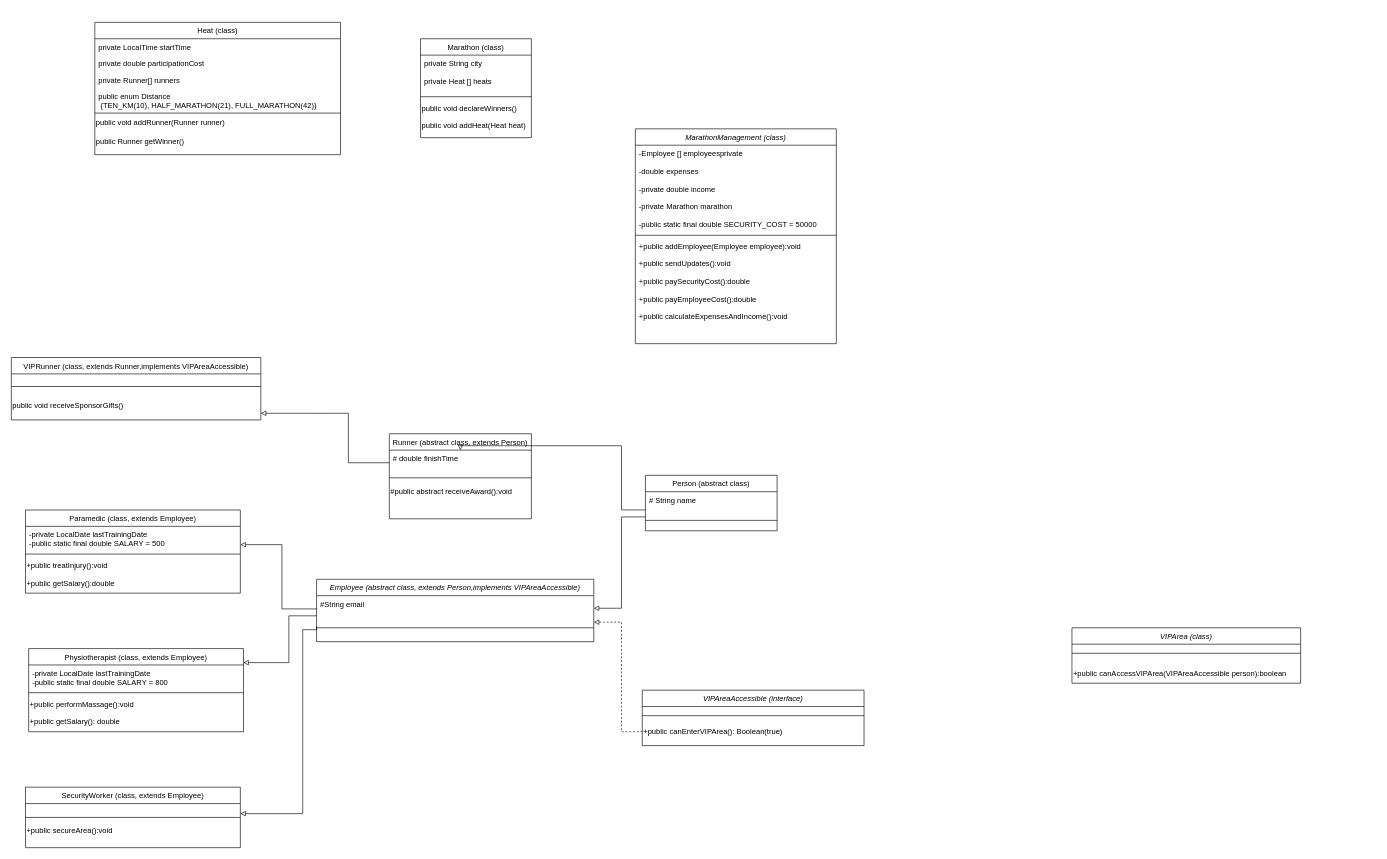
ZoharVardi/ZoharVardi-Object-Oriented-Project---MarketPlace keeps this draw.io diagram as Untitled Diagram.drawio. Above is the earlier version. Source tidied: cells renumbered, new cells numbered last; positions are measured from the earlier drawing's top-left corner, leaving out a move shared by most shapes. Both pictures are drawn from the tidied source at 63%, with x=0, y=0 at pixel (11, 22).
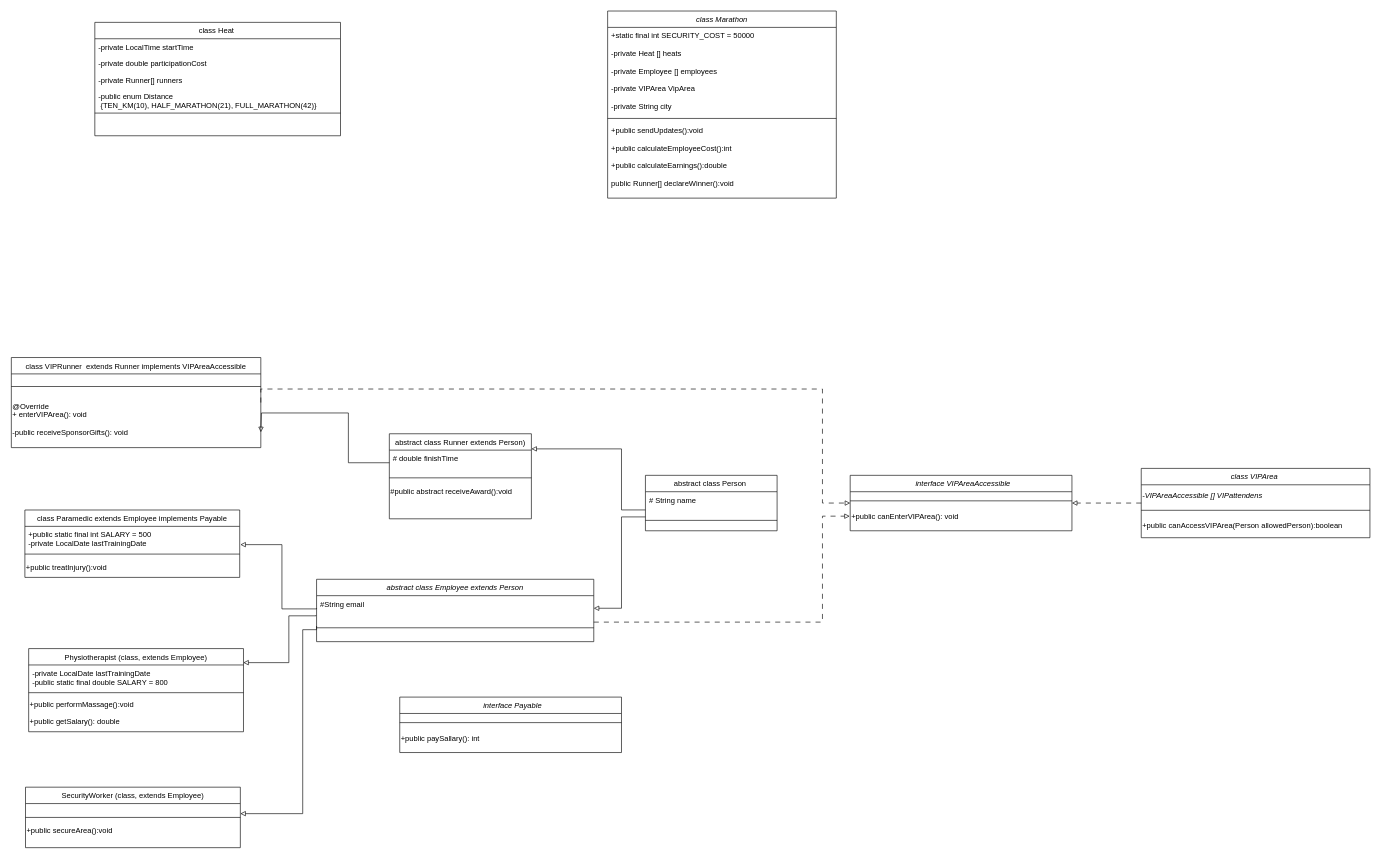
The same page after the edit.

Unchanged cells that the change refers to:
```xml
<mxCell id="11" value="# double finishTime" style="text;align=left;verticalAlign=top;spacingLeft=4;spacingRight=4;overflow=hidden;points=[[0,0.5],[1,0.5]];portConstraint=eastwest;" parent="10" vertex="1">
  <mxGeometry y="26" width="225.5" height="40" as="geometry" />
</mxCell>
```

Change to the diagram source:
```diff
@@
-    <mxCell id="2" value="MarathonManagement (class)" style="swimlane;fontStyle=2;align=center;verticalAlign=top;horizontal=1;startSize=26;rounded=0;shadow=0;strokeWidth=1;" parent="1" vertex="1">
-      <mxGeometry x="991" y="169" width="319" height="341" as="geometry" />
+    <mxCell id="2" value="class Marathon" style="swimlane;fontStyle=2;align=center;verticalAlign=top;horizontal=1;startSize=26;rounded=0;shadow=0;strokeWidth=1;" parent="1" vertex="1">
+      <mxGeometry x="947" y="-18" width="363" height="297" as="geometry" />
     </mxCell>
-    <mxCell id="3" value="-Employee [] employeesprivate&#10;&#10;-double expenses&#10;&#10;-private double income&#10;&#10;-private Marathon marathon&#10;&#10;-public static final double SECURITY_COST = 50000&#10; " style="text;align=left;verticalAlign=top;spacingLeft=4;spacingRight=4;overflow=hidden;" parent="2" vertex="1">
-      <mxGeometry y="26" width="319" height="139" as="geometry" />
+    <mxCell id="3" value="+static final int SECURITY_COST = 50000&#10;&#10;-private Heat [] heats&#10;&#10;-private Employee [] employees&#10;&#10;-private VIPArea VipArea&#10;&#10;-private String city&#10; " style="text;align=left;verticalAlign=top;spacingLeft=4;spacingRight=4;overflow=hidden;" parent="2" vertex="1">
+      <mxGeometry y="26" width="363" height="139" as="geometry" />
     </mxCell>
     <mxCell id="4" style="line;html=1;strokeWidth=1;align=left;verticalAlign=middle;spacingTop=-1;spacingLeft=3;spacingRight=3;labelPosition=right;" parent="2" vertex="1">
-      <mxGeometry y="165" width="319" height="8" as="geometry" />
+      <mxGeometry y="165" width="363" height="11" as="geometry" />
     </mxCell>
-    <mxCell id="5" value="+public addEmployee(Employee employee):void &#10;&#10;+public sendUpdates():void&#10;&#10;+public paySecurityCost():double &#10;&#10;+public payEmployeeCost():double &#10;&#10;+public calculateExpensesAndIncome():void" style="text;align=left;verticalAlign=top;spacingLeft=4;spacingRight=4;overflow=hidden;rounded=0;shadow=0;html=0;" parent="2" vertex="1">
-      <mxGeometry y="173" width="319" height="146" as="geometry" />
+    <mxCell id="5" value="+public sendUpdates():void&#10;&#10;+public calculateEmployeeCost():int&#10;&#10;+public calculateEarnings():double&#10;&#10;public Runner[] declareWinner():void&#10;" style="text;align=left;verticalAlign=top;spacingLeft=4;spacingRight=4;overflow=hidden;rounded=0;shadow=0;html=0;" parent="2" vertex="1">
+      <mxGeometry y="176" width="363" height="121" as="geometry" />
     </mxCell>
-    <mxCell id="6" value="Marathon (class)" style="swimlane;fontStyle=0;align=center;verticalAlign=top;horizontal=1;startSize=26;rounded=0;shadow=0;strokeWidth=1;" parent="1" vertex="1">
-      <mxGeometry x="650" y="26" width="176" height="157" as="geometry" />
-    </mxCell>
-    <mxCell id="7" value="private String city&#10;&#10;private Heat [] heats" style="text;align=left;verticalAlign=top;spacingLeft=4;spacingRight=4;overflow=hidden;" parent="6" vertex="1">
-      <mxGeometry y="26" width="176" height="62" as="geometry" />
-    </mxCell>
-    <mxCell id="8" style="line;html=1;strokeWidth=1;align=left;verticalAlign=middle;spacingTop=-1;spacingLeft=3;spacingRight=3;labelPosition=right;" parent="6" vertex="1">
-      <mxGeometry y="88" width="176" height="8" as="geometry" />
-    </mxCell>
-    <mxCell id="9" value="public void declareWinners()&#10;&#10;public void addHeat(Heat heat)" style="text;align=left;verticalAlign=middle;strokeColor=none;fillColor=none;" parent="6" vertex="1">
-      <mxGeometry y="96" width="176" height="55" as="geometry" />
-    </mxCell>
-    <mxCell id="10" value="Runner (abstract class, extends Person)" style="swimlane;fontStyle=0;align=center;verticalAlign=top;horizontal=1;startSize=26;rounded=0;shadow=0;strokeWidth=1;" parent="1" vertex="1">
+    <mxCell id="10" value="abstract class Runner extends Person)" style="swimlane;fontStyle=0;align=center;verticalAlign=top;horizontal=1;startSize=26;rounded=0;shadow=0;strokeWidth=1;" parent="1" vertex="1">
       <mxGeometry x="600.5" y="653" width="225.5" height="135" as="geometry" />
     </mxCell>
@@
-    <mxCell id="14" value="Heat (class)" style="swimlane;fontStyle=0;align=center;verticalAlign=top;horizontal=1;startSize=26;rounded=0;shadow=0;strokeWidth=1;" parent="1" vertex="1">
-      <mxGeometry x="133" width="390" height="210" as="geometry" />
+    <mxCell id="14" value="class Heat " style="swimlane;fontStyle=0;align=center;verticalAlign=top;horizontal=1;startSize=26;rounded=0;shadow=0;strokeWidth=1;" parent="1" vertex="1">
+      <mxGeometry x="133" width="390" height="180" as="geometry" />
     </mxCell>
-    <mxCell id="15" value="private LocalTime startTime" style="text;align=left;verticalAlign=top;spacingLeft=4;spacingRight=4;overflow=hidden;" parent="14" vertex="1">
+    <mxCell id="15" value="-private LocalTime startTime" style="text;align=left;verticalAlign=top;spacingLeft=4;spacingRight=4;overflow=hidden;" parent="14" vertex="1">
       <mxGeometry y="26" width="390" height="26" as="geometry" />
     </mxCell>
-    <mxCell id="16" value="private double participationCost&#10;" style="text;align=left;verticalAlign=top;spacingLeft=4;spacingRight=4;overflow=hidden;rounded=0;shadow=0;html=0;" parent="14" vertex="1">
+    <mxCell id="16" value="-private double participationCost&#10;" style="text;align=left;verticalAlign=top;spacingLeft=4;spacingRight=4;overflow=hidden;rounded=0;shadow=0;html=0;" parent="14" vertex="1">
       <mxGeometry y="52" width="390" height="26" as="geometry" />
     </mxCell>
-    <mxCell id="17" value="private Runner[] runners&#10;" style="text;align=left;verticalAlign=top;spacingLeft=4;spacingRight=4;overflow=hidden;rounded=0;shadow=0;html=0;" parent="14" vertex="1">
+    <mxCell id="17" value="-private Runner[] runners&#10;" style="text;align=left;verticalAlign=top;spacingLeft=4;spacingRight=4;overflow=hidden;rounded=0;shadow=0;html=0;" parent="14" vertex="1">
       <mxGeometry y="78" width="390" height="26" as="geometry" />
     </mxCell>
-    <mxCell id="18" value="public enum Distance&#10; {TEN_KM(10), HALF_MARATHON(21), FULL_MARATHON(42)}&#10;&#10;" style="text;align=left;verticalAlign=top;spacingLeft=4;spacingRight=4;overflow=hidden;rounded=0;shadow=0;html=0;" parent="14" vertex="1">
+    <mxCell id="18" value="-public enum Distance&#10; {TEN_KM(10), HALF_MARATHON(21), FULL_MARATHON(42)}&#10;&#10;" style="text;align=left;verticalAlign=top;spacingLeft=4;spacingRight=4;overflow=hidden;rounded=0;shadow=0;html=0;" parent="14" vertex="1">
       <mxGeometry y="104" width="390" height="36" as="geometry" />
     </mxCell>
@@
-    <mxCell id="20" value="public void addRunner(Runner runner)&lt;div&gt;&lt;br&gt;&lt;div&gt;public Runner getWinner()&lt;br&gt;&lt;/div&gt;&lt;/div&gt;" style="text;html=1;align=left;verticalAlign=middle;whiteSpace=wrap;rounded=0;" parent="14" vertex="1">
-      <mxGeometry y="148" width="390" height="52" as="geometry" />
-    </mxCell>
@@
-    <mxCell id="22" value="VIPRunner (class, extends Runner,implements VIPAreaAccessible)&#10;&#10;&#10;&#10;" style="swimlane;fontStyle=0;align=center;verticalAlign=top;horizontal=1;startSize=26;rounded=0;shadow=0;strokeWidth=1;" parent="1" vertex="1">
-      <mxGeometry x="0.5" y="532" width="396" height="99" as="geometry" />
+    <mxCell id="22" value="class VIPRunner  extends Runner implements VIPAreaAccessible&#10;" style="swimlane;fontStyle=0;align=center;verticalAlign=top;horizontal=1;startSize=26;rounded=0;shadow=0;strokeWidth=1;" parent="1" vertex="1">
+      <mxGeometry x="0.5" y="532" width="396" height="143" as="geometry" />
     </mxCell>
@@
-    <mxCell id="24" value="public void receiveSponsorGifts()&#10;" style="text;align=left;verticalAlign=middle;points=[];strokeColor=none;fillColor=none;" parent="22" vertex="1">
-      <mxGeometry y="66" width="396" height="33" as="geometry" />
+    <mxCell id="24" value="@Override&#10;+ enterVIPArea(): void&#10;&#10;-public receiveSponsorGifts(): void&#10;" style="text;align=left;verticalAlign=middle;points=[];strokeColor=none;fillColor=none;" parent="22" vertex="1">
+      <mxGeometry y="66" width="396" height="77" as="geometry" />
     </mxCell>
-    <mxCell id="25" value="Employee (abstract class, extends Person,implements VIPAreaAccessible)" style="swimlane;fontStyle=2;align=center;verticalAlign=top;horizontal=1;startSize=26;rounded=0;shadow=0;strokeWidth=1;" parent="1" vertex="1">
+    <mxCell id="25" value="abstract class Employee extends Person" style="swimlane;fontStyle=2;align=center;verticalAlign=top;horizontal=1;startSize=26;rounded=0;shadow=0;strokeWidth=1;" parent="1" vertex="1">
       <mxGeometry x="485" y="884" width="440" height="99" as="geometry" />
     </mxCell>
@@
-    <mxCell id="28" value="Paramedic (class, extends Employee)" style="swimlane;fontStyle=0;align=center;verticalAlign=top;horizontal=1;startSize=26;rounded=0;shadow=0;strokeWidth=1;" parent="1" vertex="1">
-      <mxGeometry x="23" y="774" width="341" height="132" as="geometry" />
+    <mxCell id="28" value=" class Paramedic extends Employee implements Payable " style="swimlane;fontStyle=0;align=center;verticalAlign=top;horizontal=1;startSize=26;rounded=0;shadow=0;strokeWidth=1;" parent="1" vertex="1">
+      <mxGeometry x="22" y="774" width="341" height="107" as="geometry" />
     </mxCell>
-    <mxCell id="29" value="-private LocalDate lastTrainingDate&#10;-public static final double SALARY = 500&#10;" style="text;align=left;verticalAlign=top;spacingLeft=4;spacingRight=4;overflow=hidden;" parent="28" vertex="1">
+    <mxCell id="29" value="+public static final int SALARY = 500&#10;-private LocalDate lastTrainingDate&#10;" style="text;align=left;verticalAlign=top;spacingLeft=4;spacingRight=4;overflow=hidden;" parent="28" vertex="1">
       <mxGeometry y="26" width="341" height="40" as="geometry" />
     </mxCell>
@@
-    <mxCell id="31" value="+public treatInjury():void&#10;&#10;+public getSalary():double" style="text;align=left;verticalAlign=middle;strokeColor=none;fillColor=none;" parent="28" vertex="1">
-      <mxGeometry y="74" width="341" height="55" as="geometry" />
+    <mxCell id="31" value="+public treatInjury():void" style="text;align=left;verticalAlign=middle;strokeColor=none;fillColor=none;" parent="28" vertex="1">
+      <mxGeometry y="74" width="341" height="33" as="geometry" />
     </mxCell>
@@
+    <mxCell id="56" style="edgeStyle=orthogonalEdgeStyle;rounded=0;jettySize=auto;html=1;exitX=0;exitY=0.5;exitDx=0;exitDy=0;entryX=1;entryY=0.5;entryDx=0;entryDy=0;dashed=1;dashPattern=8 8;endArrow=block;endFill=0;" parent="1" edge="1" source="40" target="43">
+      <mxGeometry relative="1" as="geometry" />
+    </mxCell>
-    <mxCell id="40" value="VIPArea (class)" style="swimlane;fontStyle=2;align=center;verticalAlign=top;horizontal=1;startSize=26;rounded=0;shadow=0;strokeWidth=1;" parent="1" vertex="1">
-      <mxGeometry x="1684" y="961" width="363" height="88" as="geometry" />
+    <mxCell id="40" value="class VIPArea " style="swimlane;fontStyle=2;align=center;verticalAlign=top;horizontal=1;startSize=26;rounded=0;shadow=0;strokeWidth=1;" parent="1" vertex="1">
+      <mxGeometry x="1794" y="708" width="363" height="110" as="geometry" />
     </mxCell>
+    <mxCell id="57" value="&lt;span style=&quot;font-style: italic;&quot;&gt;-VIPAreaAccessible [] VIPattendens&amp;nbsp;&lt;/span&gt;" style="text;html=1;align=left;verticalAlign=middle;strokeColor=none;fillColor=none;" parent="40" vertex="1">
+      <mxGeometry y="26" width="363" height="33" as="geometry" />
+    </mxCell>
     <mxCell id="41" style="line;html=1;strokeWidth=1;align=left;verticalAlign=middle;spacingTop=-1;spacingLeft=3;spacingRight=3;labelPosition=right;" parent="40" vertex="1">
-      <mxGeometry y="26" width="363" height="29" as="geometry" />
+      <mxGeometry y="59" width="363" height="15" as="geometry" />
     </mxCell>
-    <mxCell id="42" value="+public canAccessVIPArea(VIPAreaAccessible person):boolean " style="text;align=left;verticalAlign=middle;strokeColor=none;fillColor=none;" parent="40" vertex="1">
-      <mxGeometry y="55" width="363" height="33" as="geometry" />
+    <mxCell id="42" value="+public canAccessVIPArea(Person allowedPerson):boolean " style="text;align=left;verticalAlign=middle;strokeColor=none;fillColor=none;" parent="40" vertex="1">
+      <mxGeometry y="74" width="363" height="33" as="geometry" />
     </mxCell>
+    <mxCell id="58" style="edgeStyle=orthogonalEdgeStyle;rounded=0;jettySize=auto;html=1;dashed=1;dashPattern=8 8;endArrow=block;endFill=0;exitX=1;exitY=0.5;exitDx=0;exitDy=0;" parent="1" edge="1" source="22" target="43">
+      <mxGeometry relative="1" as="geometry">
+        <Array as="points">
+          <mxPoint x="1288" y="582" />
+          <mxPoint x="1288" y="763" />
+        </Array>
+      </mxGeometry>
+    </mxCell>
-    <mxCell id="43" value="VIPAreaAccessible (interface)" style="swimlane;fontStyle=2;align=center;verticalAlign=top;horizontal=1;startSize=26;rounded=0;shadow=0;strokeWidth=1;" parent="1" vertex="1">
-      <mxGeometry x="1002" y="1060" width="352" height="88" as="geometry" />
+    <mxCell id="43" value="  interface VIPAreaAccessible" style="swimlane;fontStyle=2;align=center;verticalAlign=top;horizontal=1;startSize=26;rounded=0;shadow=0;strokeWidth=1;" parent="1" vertex="1">
+      <mxGeometry x="1332" y="719" width="352" height="88" as="geometry" />
     </mxCell>
@@
-    <mxCell id="45" value="+public canEnterVIPArea(): Boolean(true)&#10;" style="text;align=left;verticalAlign=middle;points=[];strokeColor=none;fillColor=none;" parent="43" vertex="1">
+    <mxCell id="45" value="+public canEnterVIPArea(): void&#10;" style="text;align=left;verticalAlign=middle;points=[];strokeColor=none;fillColor=none;" parent="43" vertex="1">
       <mxGeometry y="55" width="352" height="33" as="geometry" />
     </mxCell>
-    <mxCell id="46" value="Person (abstract class)" style="swimlane;fontStyle=0;align=center;verticalAlign=top;horizontal=1;startSize=26;rounded=0;shadow=0;strokeWidth=1;" parent="1" vertex="1">
+    <mxCell id="46" value="abstract class Person " style="swimlane;fontStyle=0;align=center;verticalAlign=top;horizontal=1;startSize=26;rounded=0;shadow=0;strokeWidth=1;" parent="1" vertex="1">
       <mxGeometry x="1007" y="719" width="209" height="88" as="geometry" />
     </mxCell>
@@
-    <mxCell id="52" style="edgeStyle=orthogonalEdgeStyle;rounded=0;jettySize=auto;html=1;exitX=0;exitY=0.5;exitDx=0;exitDy=0;endArrow=block;endFill=0;" parent="1" edge="1" target="11">
+    <mxCell id="52" style="edgeStyle=orthogonalEdgeStyle;rounded=0;orthogonalLoop=1;jettySize=auto;html=1;exitX=0;exitY=0.5;exitDx=0;exitDy=0;endArrow=block;endFill=0;" parent="1" edge="1">
       <mxGeometry relative="1" as="geometry">
         <mxPoint x="1007" y="773.9" as="sourcePoint" />
+        <mxPoint x="826" y="677" as="targetPoint" />
         <Array as="points">
           <mxPoint x="969" y="774" />
-          <mxPoint x="969" y="672" />
+          <mxPoint x="969" y="677" />
         </Array>
       </mxGeometry>
     </mxCell>
@@
-    <mxCell id="54" style="edgeStyle=orthogonalEdgeStyle;rounded=0;jettySize=auto;html=1;endArrow=block;endFill=0;entryX=1;entryY=0.5;entryDx=0;entryDy=0;exitX=-0.002;exitY=0.298;exitDx=0;exitDy=0;exitPerimeter=0;dashed=1;" parent="1" edge="1" source="45">
+    <mxCell id="54" style="edgeStyle=orthogonalEdgeStyle;rounded=0;jettySize=auto;html=1;endArrow=block;endFill=0;entryX=-0.002;entryY=0.298;entryDx=0;entryDy=0;exitX=-0.002;exitY=0.298;exitDx=0;exitDy=0;exitPerimeter=0;dashed=1;dashPattern=8 8;entryPerimeter=0;" parent="1" edge="1" target="45">
       <mxGeometry relative="1" as="geometry">
-        <mxPoint x="925" y="952" as="targetPoint" />
+        <mxPoint x="925" y="952" as="sourcePoint" />
         <Array as="points">
-          <mxPoint x="1001" y="1126" />
-          <mxPoint x="969" y="1126" />
-          <mxPoint x="969" y="952" />
+          <mxPoint x="1288" y="952" />
+          <mxPoint x="1288" y="784" />
         </Array>
       </mxGeometry>
     </mxCell>
@@
+    <mxCell id="59" value="  interface Payable" style="swimlane;fontStyle=2;align=center;verticalAlign=top;horizontal=1;startSize=26;rounded=0;shadow=0;strokeWidth=1;" parent="1" vertex="1">
+      <mxGeometry x="617" y="1071" width="352" height="88" as="geometry" />
+    </mxCell>
+    <mxCell id="60" style="line;html=1;strokeWidth=1;align=left;verticalAlign=middle;spacingTop=-1;spacingLeft=3;spacingRight=3;labelPosition=right;" parent="59" vertex="1">
+      <mxGeometry y="26" width="352" height="29" as="geometry" />
+    </mxCell>
+    <mxCell id="61" value="+public paySallary(): int&#10;" style="text;align=left;verticalAlign=middle;strokeColor=none;fillColor=none;" parent="59" vertex="1">
+      <mxGeometry y="55" width="352" height="33" as="geometry" />
+    </mxCell>
```
